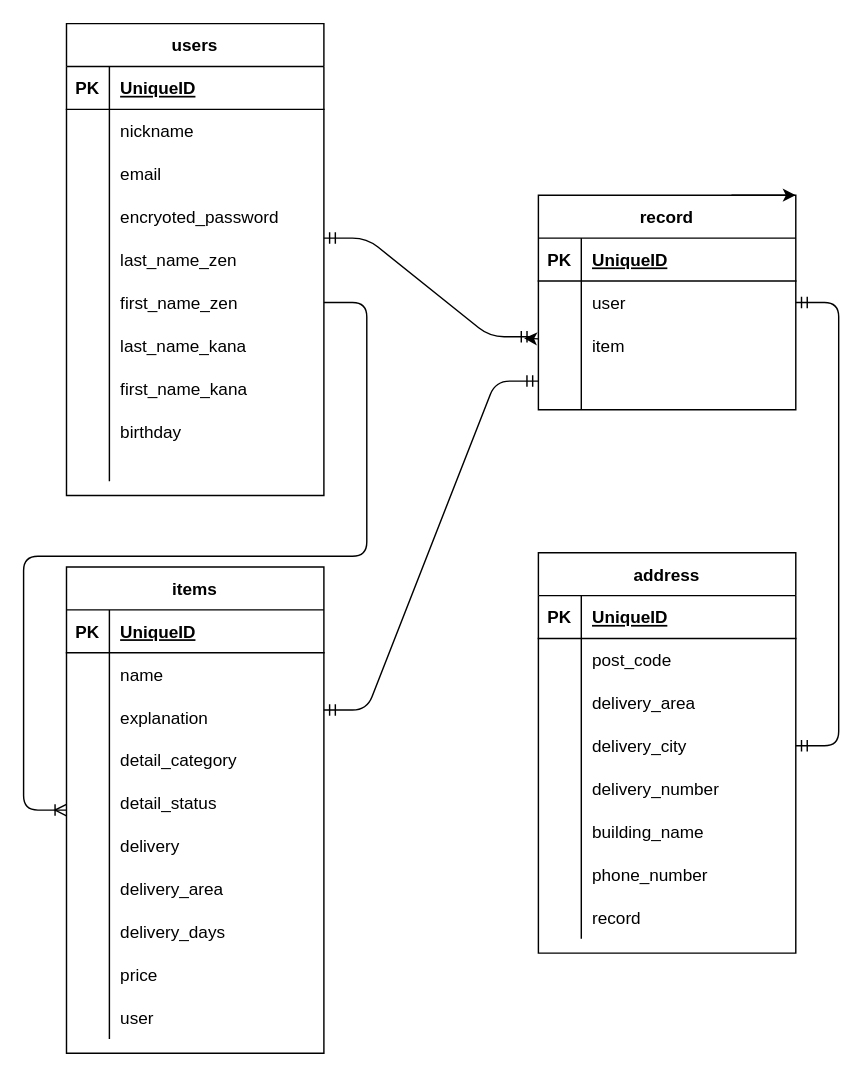
Before: ER.dio in lemon2123/furima-37027, a draw.io diagram. Source tidied: cells renumbered, new cells numbered last; positions are measured from the earlier drawing's top-left corner, leaving out a move shared by most shapes. Both pictures are drawn from the tidied source at 143%, with x=0, y=0 at pixel (66, 23).
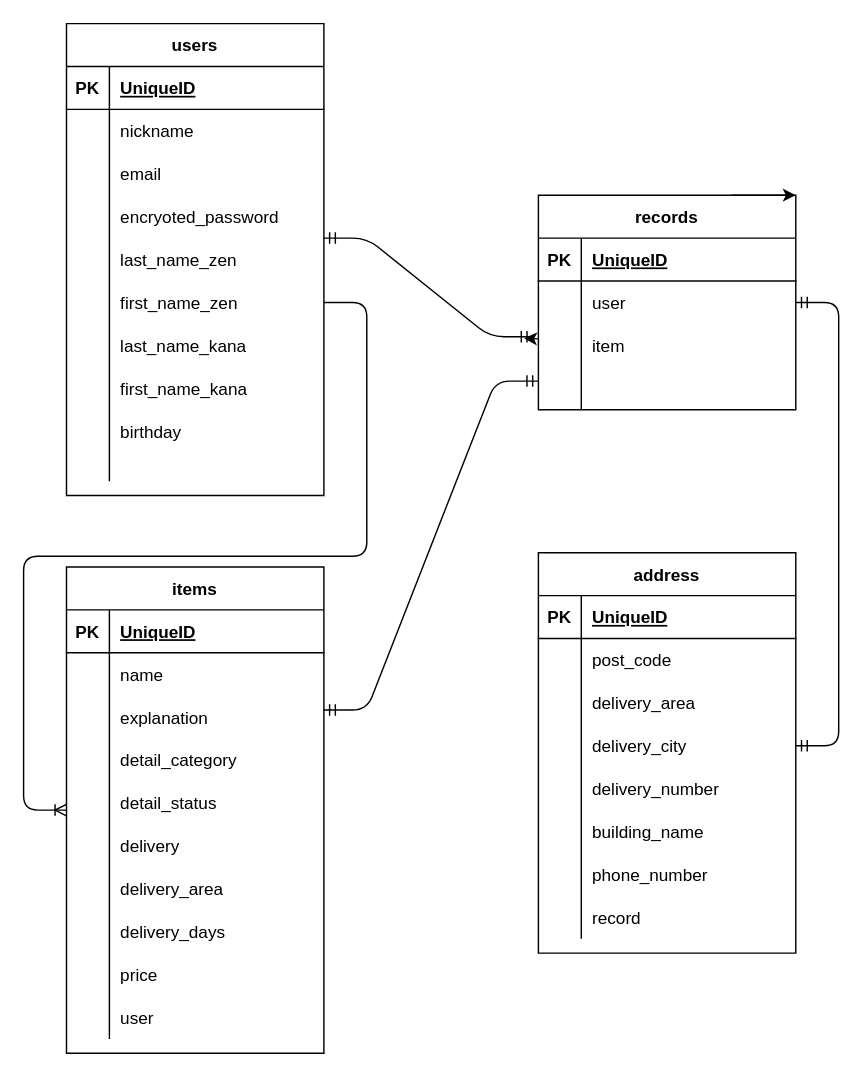
The same diagram, later.

Commit message (it also covers changes not shown here):
データベース設計　再修正

The edit, as a diff of the source:
```diff
@@
-    <mxCell id="89" value="record" style="shape=table;startSize=30;childLayout=tableLayout;rowLines=0;fontStyle=1;align=center;" parent="1" vertex="1">
+    <mxCell id="89" value="records" style="shape=table;startSize=30;childLayout=tableLayout;rowLines=0;fontStyle=1;align=center;" parent="1" vertex="1">
       <mxGeometry x="330" y="120" width="180" height="150" as="geometry" />
     </mxCell>
```
